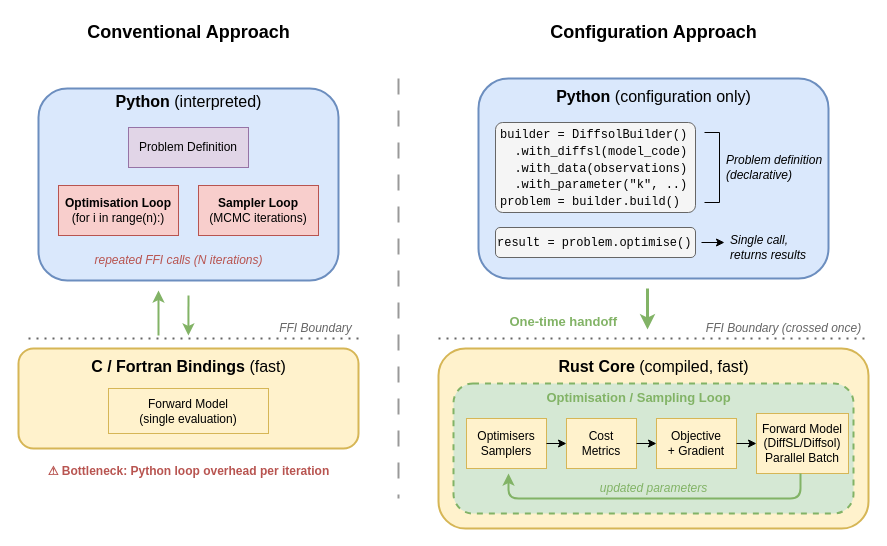
Above: docs/assets/diffid.drawio in BradyPlanden/diffid (draw.io), before the change. Source tidied: cells renumbered, new cells numbered last; positions are measured from the earlier drawing's top-left corner, leaving out a move shared by most shapes. Both pictures are drawn from the tidied source at 100%, with x=0, y=0 at pixel (18, 17).
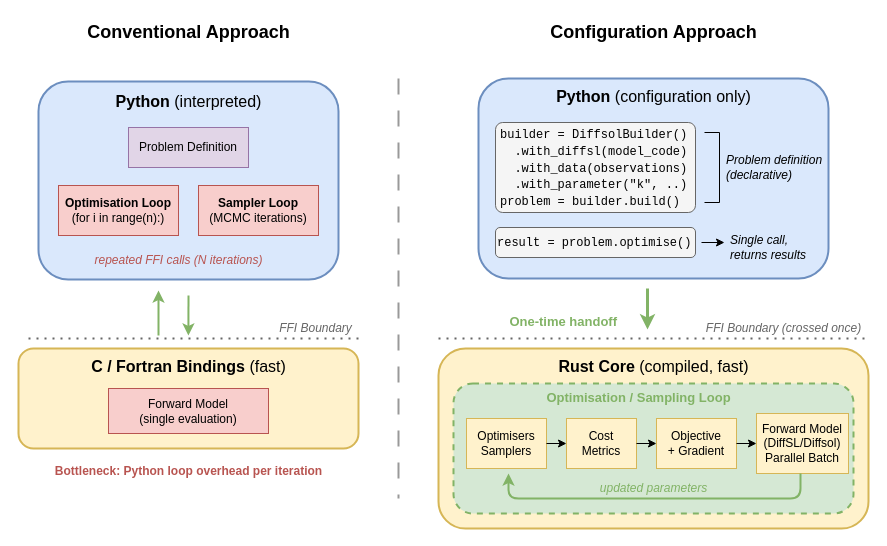
Above is the later version.

Commit message (it also covers changes not shown here):
docs: adds architecture diagram to readme

Diff of the diagram source:
```diff
@@
     <mxCell id="3" style="rounded=1;whiteSpace=wrap;html=1;fillColor=#dae8fc;strokeColor=#6c8ebf;strokeWidth=2;" parent="1" vertex="1">
-      <mxGeometry x="20" y="71" width="300" height="192" as="geometry" />
+      <mxGeometry x="20" y="64" width="300" height="198" as="geometry" />
     </mxCell>
@@
-    <mxCell id="11" value="Forward Model&lt;br&gt;(single evaluation)" style="rounded=0;whiteSpace=wrap;html=1;fillColor=#fff2cc;strokeColor=#d6b656;" parent="1" vertex="1">
+    <mxCell id="11" value="Forward Model&lt;br&gt;(single evaluation)" style="rounded=0;whiteSpace=wrap;html=1;fillColor=#f8cecc;strokeColor=#b85450;" parent="1" vertex="1">
       <mxGeometry x="90" y="371" width="160" height="45" as="geometry" />
     </mxCell>
@@
-    <mxCell id="14" value="&lt;font color=&quot;#b85450&quot;&gt;⚠ Bottleneck: Python loop overhead per iteration&lt;/font&gt;" style="text;html=1;align=center;verticalAlign=middle;fontStyle=1;" parent="1" vertex="1">
+    <mxCell id="14" value="&lt;font color=&quot;#b85450&quot;&gt;Bottleneck: Python loop overhead per iteration&lt;/font&gt;" style="text;html=1;align=center;verticalAlign=middle;fontStyle=1;" parent="1" vertex="1">
       <mxGeometry x="10" y="441" width="320" height="25" as="geometry" />
     </mxCell>
```
